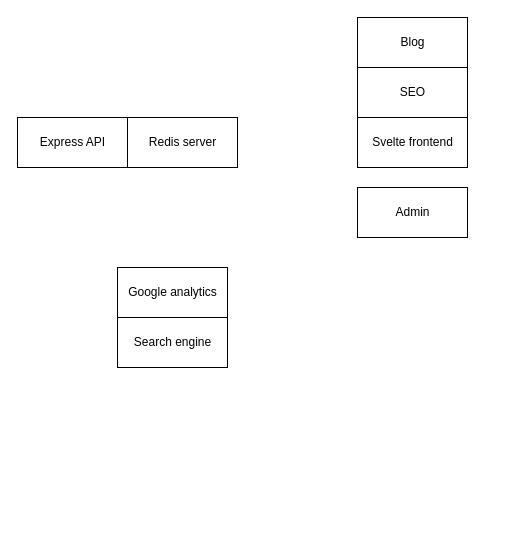
Above: architecture.drawio in verstraetetycho/portfolio (draw.io), before the change. Source tidied: cells renumbered, new cells numbered last; positions are measured from the earlier drawing's top-left corner, leaving out a move shared by most shapes. Both pictures are drawn from the tidied source at 100%, with x=0, y=0 at pixel (17, 17).
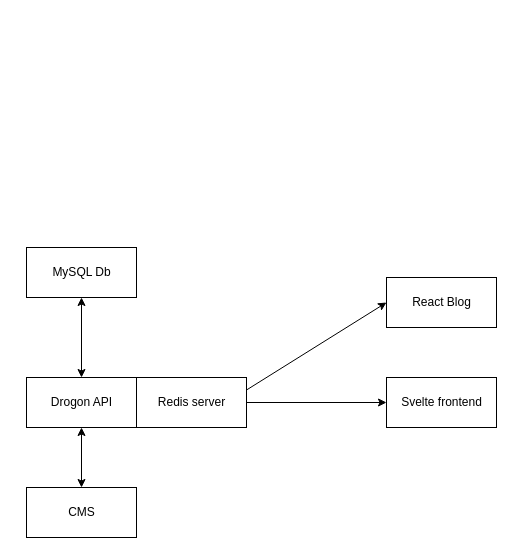
Above is the later version.

Diff of the diagram source:
```diff
@@
 <mxGraphModel>
   <root>
     <mxCell id="0" />
     <mxCell id="1" parent="0" />
     <mxCell id="2" value="Svelte frontend" style="html=1;" parent="1" vertex="1">
-      <mxGeometry x="340" y="100" width="110" height="50" as="geometry" />
+      <mxGeometry x="369" y="360" width="110" height="50" as="geometry" />
     </mxCell>
+    <mxCell id="10" style="edgeStyle=none;html=1;exitX=1;exitY=0.25;exitDx=0;exitDy=0;entryX=0;entryY=0.5;entryDx=0;entryDy=0;" parent="1" edge="1" source="3" target="8">
+      <mxGeometry relative="1" as="geometry" />
+    </mxCell>
+    <mxCell id="11" style="edgeStyle=none;html=1;" parent="1" edge="1" source="3" target="2">
+      <mxGeometry relative="1" as="geometry" />
+    </mxCell>
     <mxCell id="3" value="Redis server" style="html=1;" parent="1" vertex="1">
-      <mxGeometry x="110" y="100" width="110" height="50" as="geometry" />
+      <mxGeometry x="119" y="360" width="110" height="50" as="geometry" />
     </mxCell>
+    <mxCell id="12" style="edgeStyle=none;html=1;exitX=0.5;exitY=0;exitDx=0;exitDy=0;entryX=0.5;entryY=1;entryDx=0;entryDy=0;startArrow=classic;startFill=1;" parent="1" edge="1" source="4" target="14">
+      <mxGeometry relative="1" as="geometry" />
+    </mxCell>
-    <mxCell id="4" value="Express API" style="html=1;" parent="1" vertex="1">
-      <mxGeometry y="100" width="110" height="50" as="geometry" />
+    <mxCell id="4" value="Drogon API" style="html=1;" parent="1" vertex="1">
+      <mxGeometry x="9" y="360" width="110" height="50" as="geometry" />
     </mxCell>
-    <mxCell id="5" value="Google analytics" style="html=1;" parent="1" vertex="1">
-      <mxGeometry x="100" y="250" width="110" height="50" as="geometry" />
-    </mxCell>
-    <mxCell id="6" value="SEO" style="html=1;" parent="1" vertex="1">
-      <mxGeometry x="340" y="50" width="110" height="50" as="geometry" />
-    </mxCell>
-    <mxCell id="7" value="Search engine" style="html=1;" parent="1" vertex="1">
-      <mxGeometry x="100" y="300" width="110" height="50" as="geometry" />
-    </mxCell>
-    <mxCell id="8" value="Blog" style="html=1;" parent="1" vertex="1">
-      <mxGeometry x="340" width="110" height="50" as="geometry" />
+    <mxCell id="8" value="React Blog" style="html=1;" parent="1" vertex="1">
+      <mxGeometry x="369" y="260" width="110" height="50" as="geometry" />
     </mxCell>
+    <mxCell id="13" style="edgeStyle=none;html=1;startArrow=classic;startFill=1;" parent="1" edge="1" source="9" target="4">
+      <mxGeometry relative="1" as="geometry" />
+    </mxCell>
-    <mxCell id="9" value="Admin" style="html=1;" parent="1" vertex="1">
-      <mxGeometry x="340" y="170" width="110" height="50" as="geometry" />
+    <mxCell id="9" value="CMS" style="html=1;" parent="1" vertex="1">
+      <mxGeometry x="9" y="470" width="110" height="50" as="geometry" />
     </mxCell>
+    <mxCell id="14" value="MySQL Db" style="html=1;" parent="1" vertex="1">
+      <mxGeometry x="9" y="230" width="110" height="50" as="geometry" />
+    </mxCell>
   </root>
 </mxGraphModel>
```
